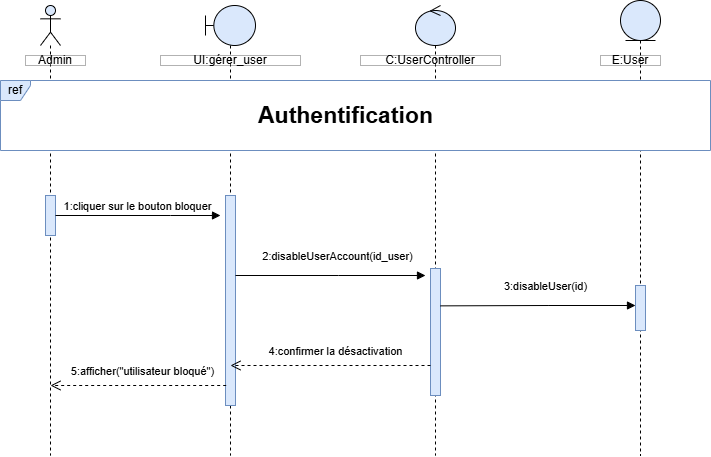
Before: Diagramme sequence bloque utilisateur.drawio.png, a diagram exported from draw.io (chirine1/-project). Source tidied: cells renumbered, new cells last; positions are measured from the earlier drawing's top-left corner, leaving out a move shared by most shapes. The source it was exported from:
```xml
<mxGraphModel>
  <root>
    <mxCell id="0" />
    <mxCell id="1" parent="0" />
    <mxCell id="2" style="shape=umlLifeline;perimeter=lifelinePerimeter;whiteSpace=wrap;html=1;newEdgeStyle={&quot;curved&quot;:0,&quot;rounded&quot;:0};participant=umlBoundary;fillColor=#dae8fc;strokeColor=default;" parent="1" vertex="1">
      <mxGeometry x="205" y="5" width="50" height="450" as="geometry" />
    </mxCell>
    <mxCell id="3" style="html=1;perimeter=orthogonalPerimeter;targetShapes=umlLifeline;newEdgeStyle={&quot;curved&quot;:0,&quot;rounded&quot;:0};fillColor=#dae8fc;strokeColor=#6c8ebf;" parent="2" vertex="1">
      <mxGeometry x="20" y="190" width="10" height="210" as="geometry" />
    </mxCell>
    <mxCell id="4" style="shape=umlLifeline;perimeter=lifelinePerimeter;whiteSpace=wrap;html=1;newEdgeStyle={&quot;curved&quot;:0,&quot;rounded&quot;:0};participant=umlEntity;fillColor=#dae8fc;strokeColor=default;" parent="1" vertex="1">
      <mxGeometry x="620" width="40" height="455" as="geometry" />
    </mxCell>
    <mxCell id="5" style="html=1;perimeter=orthogonalPerimeter;targetShapes=umlLifeline;newEdgeStyle={&quot;curved&quot;:0,&quot;rounded&quot;:0};fillColor=#dae8fc;strokeColor=#6c8ebf;" parent="4" vertex="1">
      <mxGeometry x="15" y="285" width="10" height="45" as="geometry" />
    </mxCell>
    <mxCell id="6" style="shape=umlLifeline;perimeter=lifelinePerimeter;whiteSpace=wrap;html=1;newEdgeStyle={&quot;curved&quot;:0,&quot;rounded&quot;:0};participant=umlActor;fillColor=#dae8fc;strokeColor=default;" parent="1" vertex="1">
      <mxGeometry x="40" y="5" width="20" height="450" as="geometry" />
    </mxCell>
    <mxCell id="7" style="html=1;points=[[0,0,0,0,5],[0,1,0,0,-5],[1,0,0,0,5],[1,1,0,0,-5]];perimeter=orthogonalPerimeter;outlineConnect=0;targetShapes=umlLifeline;portConstraint=eastwest;newEdgeStyle={&quot;curved&quot;:0,&quot;rounded&quot;:0};fillColor=#dae8fc;strokeColor=#6c8ebf;" parent="6" vertex="1">
      <mxGeometry x="5" y="190" width="10" height="40" as="geometry" />
    </mxCell>
    <mxCell id="8" value="5:afficher(&quot;utilisateur bloqué&quot;)" style="html=1;verticalAlign=bottom;endArrow=open;dashed=1;endSize=8;curved=0;rounded=0;" parent="1" edge="1">
      <mxGeometry x="-0.05" y="-5" relative="1" as="geometry">
        <mxPoint x="225.7" y="385" as="sourcePoint" />
        <mxPoint x="50" y="385" as="targetPoint" />
      </mxGeometry>
    </mxCell>
    <mxCell id="9" style="shape=umlLifeline;perimeter=lifelinePerimeter;whiteSpace=wrap;html=1;newEdgeStyle={&quot;curved&quot;:0,&quot;rounded&quot;:0};participant=umlControl;fillColor=#dae8fc;strokeColor=default;" parent="1" vertex="1">
      <mxGeometry x="415" y="5" width="40" height="450" as="geometry" />
    </mxCell>
    <mxCell id="10" style="html=1;perimeter=orthogonalPerimeter;targetShapes=umlLifeline;newEdgeStyle={&quot;curved&quot;:0,&quot;rounded&quot;:0};fillColor=#dae8fc;strokeColor=#6c8ebf;" parent="9" vertex="1">
      <mxGeometry x="15" y="263" width="10" height="127" as="geometry" />
    </mxCell>
    <mxCell id="11" value="ref" style="shape=umlFrame;whiteSpace=wrap;html=1;fillColor=#dae8fc;strokeColor=#6c8ebf;width=30;height=20;swimlaneFillColor=default;" parent="1" vertex="1">
      <mxGeometry y="80" width="710" height="70" as="geometry" />
    </mxCell>
    <mxCell id="12" value="Admin" style="html=1;whiteSpace=wrap;opacity=30;gradientColor=none;fillColor=default;fillStyle=auto;rounded=0;" parent="1" vertex="1">
      <mxGeometry x="25" y="55" width="60" height="10" as="geometry" />
    </mxCell>
    <mxCell id="13" value="UI:gérer_user" style="html=1;whiteSpace=wrap;opacity=30;gradientColor=none;fillColor=default;fillStyle=auto;rounded=0;" parent="1" vertex="1">
      <mxGeometry x="160" y="55" width="140" height="10" as="geometry" />
    </mxCell>
    <mxCell id="14" value="C:UserController" style="html=1;whiteSpace=wrap;opacity=30;gradientColor=none;fillColor=default;fillStyle=auto;rounded=0;" parent="1" vertex="1">
      <mxGeometry x="360" y="55" width="140" height="10" as="geometry" />
    </mxCell>
    <mxCell id="15" value="E:User" style="html=1;whiteSpace=wrap;opacity=30;gradientColor=none;fillColor=default;fillStyle=auto;rounded=0;" parent="1" vertex="1">
      <mxGeometry x="600" y="55" width="60" height="10" as="geometry" />
    </mxCell>
    <mxCell id="16" value="1:cliquer sur le bouton bloquer" style="html=1;verticalAlign=bottom;endArrow=block;curved=0;rounded=0;" parent="1" edge="1" source="7">
      <mxGeometry relative="1" as="geometry">
        <mxPoint x="220" y="215" as="targetPoint" />
        <Array as="points">
          <mxPoint x="170" y="215" />
        </Array>
      </mxGeometry>
    </mxCell>
    <mxCell id="17" value="2:disableUserAccount(id_user)" style="html=1;verticalAlign=bottom;endArrow=block;curved=0;rounded=0;" parent="1" edge="1">
      <mxGeometry x="0.07" y="10" relative="1" as="geometry">
        <mxPoint x="235" y="275" as="sourcePoint" />
        <mxPoint x="425" y="275" as="targetPoint" />
        <Array as="points">
          <mxPoint x="338.1" y="275" />
        </Array>
      </mxGeometry>
    </mxCell>
    <mxCell id="18" value="3:disableUser(id)" style="html=1;verticalAlign=bottom;endArrow=block;curved=0;rounded=0;exitX=0.548;exitY=0.326;exitDx=0;exitDy=0;exitPerimeter=0;" parent="1" edge="1">
      <mxGeometry x="0.07" y="10" relative="1" as="geometry">
        <mxPoint x="440" y="305.4" as="sourcePoint" />
        <mxPoint x="635" y="305" as="targetPoint" />
        <Array as="points">
          <mxPoint x="547.6" y="305" />
        </Array>
      </mxGeometry>
    </mxCell>
    <mxCell id="19" value="&lt;font style=&quot;font-size: 23px;&quot;&gt;Authentification&lt;/font&gt;" style="text;html=1;align=center;verticalAlign=middle;strokeColor=none;fillColor=default;gradientColor=none;rounded=0;glass=0;shadow=0;fontStyle=1;" parent="1" vertex="1">
      <mxGeometry x="255" y="95" width="180" height="40" as="geometry" />
    </mxCell>
    <mxCell id="20" value="4:confirmer la désactivation" style="html=1;verticalAlign=bottom;endArrow=open;dashed=1;endSize=8;curved=0;rounded=0;" parent="1" edge="1">
      <mxGeometry x="-0.05" y="-5" relative="1" as="geometry">
        <mxPoint x="430" y="365" as="sourcePoint" />
        <mxPoint x="230" y="365" as="targetPoint" />
      </mxGeometry>
    </mxCell>
  </root>
</mxGraphModel>
```
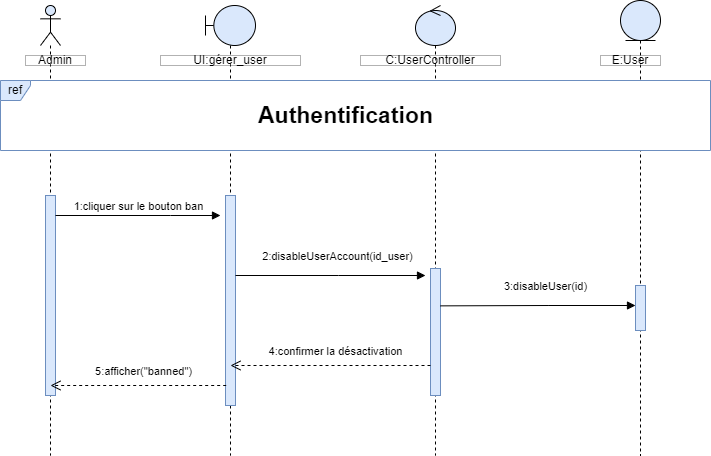
Later version of the same file.

Commit message:
Mettre à jour Diagramme sequence bloque utilisateur.drawio.png

Change to the diagram source:
```diff
@@ -18,9 +18,9 @@
       <mxGeometry x="40" y="5" width="20" height="450" as="geometry" />
     </mxCell>
     <mxCell id="7" style="html=1;points=[[0,0,0,0,5],[0,1,0,0,-5],[1,0,0,0,5],[1,1,0,0,-5]];perimeter=orthogonalPerimeter;outlineConnect=0;targetShapes=umlLifeline;portConstraint=eastwest;newEdgeStyle={&quot;curved&quot;:0,&quot;rounded&quot;:0};fillColor=#dae8fc;strokeColor=#6c8ebf;" parent="6" vertex="1">
-      <mxGeometry x="5" y="190" width="10" height="40" as="geometry" />
+      <mxGeometry x="5" y="190" width="10" height="200" as="geometry" />
     </mxCell>
-    <mxCell id="8" value="5:afficher(&quot;utilisateur bloqué&quot;)" style="html=1;verticalAlign=bottom;endArrow=open;dashed=1;endSize=8;curved=0;rounded=0;" parent="1" edge="1">
+    <mxCell id="8" value="5:afficher(&quot;banned&quot;)" style="html=1;verticalAlign=bottom;endArrow=open;dashed=1;endSize=8;curved=0;rounded=0;" parent="1" edge="1">
       <mxGeometry x="-0.05" y="-5" relative="1" as="geometry">
         <mxPoint x="225.7" y="385" as="sourcePoint" />
         <mxPoint x="50" y="385" as="targetPoint" />
@@ -47,7 +47,7 @@
     <mxCell id="15" value="E:User" style="html=1;whiteSpace=wrap;opacity=30;gradientColor=none;fillColor=default;fillStyle=auto;rounded=0;" parent="1" vertex="1">
       <mxGeometry x="600" y="55" width="60" height="10" as="geometry" />
     </mxCell>
-    <mxCell id="16" value="1:cliquer sur le bouton bloquer" style="html=1;verticalAlign=bottom;endArrow=block;curved=0;rounded=0;" parent="1" edge="1" source="7">
+    <mxCell id="16" value="1:cliquer sur le bouton ban" style="html=1;verticalAlign=bottom;endArrow=block;curved=0;rounded=0;" parent="1" edge="1" source="7">
       <mxGeometry relative="1" as="geometry">
         <mxPoint x="220" y="215" as="targetPoint" />
         <Array as="points">
```
